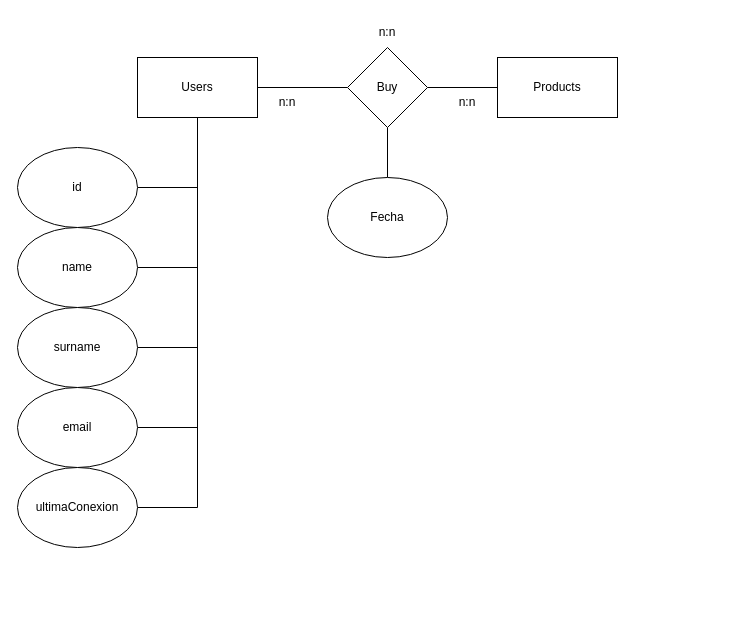
This is page "Página-1" (1 of 2) of modelos BBDD.drawio from Rakions/proyecto-final, a draw.io file, before an edit. Source tidied: cells renumbered, new cells numbered last; positions are measured from the earlier drawing's top-left corner, leaving out a move shared by most shapes. Both pictures are drawn from the tidied source at 100%, with x=0, y=0 at pixel (17, 17).
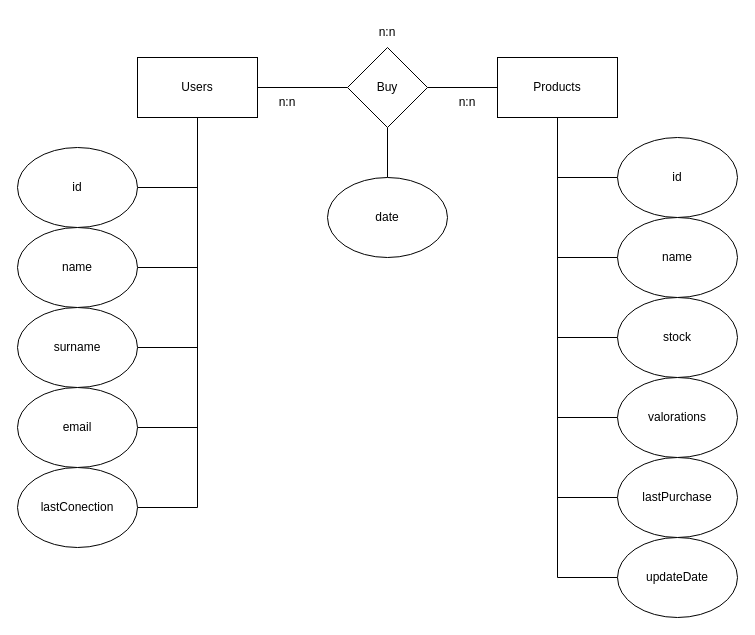
After the change.

Unchanged cells that the change refers to:
```xml
<mxCell id="9" value="Products" style="rounded=0;whiteSpace=wrap;html=1;" parent="1" vertex="1">
  <mxGeometry x="480" y="40" width="120" height="60" as="geometry" />
</mxCell>
```

Diff of the diagram source:
```diff
@@
+    <mxCell id="22" style="edgeStyle=orthogonalEdgeStyle;rounded=0;jettySize=auto;html=1;exitX=0.5;exitY=1;exitDx=0;exitDy=0;entryX=0;entryY=0.5;entryDx=0;entryDy=0;endArrow=none;endFill=0;" parent="1" edge="1" source="9" target="28">
+      <mxGeometry relative="1" as="geometry" />
+    </mxCell>
+    <mxCell id="23" style="edgeStyle=orthogonalEdgeStyle;rounded=0;jettySize=auto;html=1;exitX=0.5;exitY=1;exitDx=0;exitDy=0;entryX=0;entryY=0.5;entryDx=0;entryDy=0;endArrow=none;endFill=0;" parent="1" edge="1" source="9" target="29">
+      <mxGeometry relative="1" as="geometry" />
+    </mxCell>
+    <mxCell id="24" style="edgeStyle=orthogonalEdgeStyle;rounded=0;jettySize=auto;html=1;exitX=0.5;exitY=1;exitDx=0;exitDy=0;entryX=0;entryY=0.5;entryDx=0;entryDy=0;endArrow=none;endFill=0;" parent="1" edge="1" source="9" target="30">
+      <mxGeometry relative="1" as="geometry" />
+    </mxCell>
+    <mxCell id="25" style="edgeStyle=orthogonalEdgeStyle;rounded=0;jettySize=auto;html=1;exitX=0.5;exitY=1;exitDx=0;exitDy=0;entryX=0;entryY=0.5;entryDx=0;entryDy=0;endArrow=none;endFill=0;" parent="1" edge="1" source="9" target="31">
+      <mxGeometry relative="1" as="geometry" />
+    </mxCell>
+    <mxCell id="26" style="edgeStyle=orthogonalEdgeStyle;rounded=0;jettySize=auto;html=1;exitX=0.5;exitY=1;exitDx=0;exitDy=0;entryX=0;entryY=0.5;entryDx=0;entryDy=0;endArrow=none;endFill=0;" parent="1" edge="1" source="9" target="32">
+      <mxGeometry relative="1" as="geometry" />
+    </mxCell>
+    <mxCell id="27" style="edgeStyle=orthogonalEdgeStyle;rounded=0;jettySize=auto;html=1;exitX=0.5;exitY=1;exitDx=0;exitDy=0;entryX=0;entryY=0.5;entryDx=0;entryDy=0;endArrow=none;endFill=0;" parent="1" edge="1" source="9" target="33">
+      <mxGeometry relative="1" as="geometry" />
+    </mxCell>
@@
-    <mxCell id="17" value="ultimaConexion" style="ellipse;whiteSpace=wrap;html=1;" parent="1" vertex="1">
+    <mxCell id="17" value="lastConection" style="ellipse;whiteSpace=wrap;html=1;" parent="1" vertex="1">
       <mxGeometry y="450" width="120" height="80" as="geometry" />
     </mxCell>
@@
-    <mxCell id="21" value="Fecha" style="ellipse;whiteSpace=wrap;html=1;" parent="1" vertex="1">
+    <mxCell id="21" value="date" style="ellipse;whiteSpace=wrap;html=1;" parent="1" vertex="1">
       <mxGeometry x="310" y="160" width="120" height="80" as="geometry" />
     </mxCell>
+    <mxCell id="28" value="id" style="ellipse;whiteSpace=wrap;html=1;" parent="1" vertex="1">
+      <mxGeometry x="600" y="120" width="120" height="80" as="geometry" />
+    </mxCell>
+    <mxCell id="29" value="name" style="ellipse;whiteSpace=wrap;html=1;" parent="1" vertex="1">
+      <mxGeometry x="600" y="200" width="120" height="80" as="geometry" />
+    </mxCell>
+    <mxCell id="30" value="stock" style="ellipse;whiteSpace=wrap;html=1;" parent="1" vertex="1">
+      <mxGeometry x="600" y="280" width="120" height="80" as="geometry" />
+    </mxCell>
+    <mxCell id="31" value="valorations" style="ellipse;whiteSpace=wrap;html=1;" parent="1" vertex="1">
+      <mxGeometry x="600" y="360" width="120" height="80" as="geometry" />
+    </mxCell>
+    <mxCell id="32" value="lastPurchase" style="ellipse;whiteSpace=wrap;html=1;" parent="1" vertex="1">
+      <mxGeometry x="600" y="440" width="120" height="80" as="geometry" />
+    </mxCell>
+    <mxCell id="33" value="updateDate" style="ellipse;whiteSpace=wrap;html=1;" parent="1" vertex="1">
+      <mxGeometry x="600" y="520" width="120" height="80" as="geometry" />
+    </mxCell>
```
